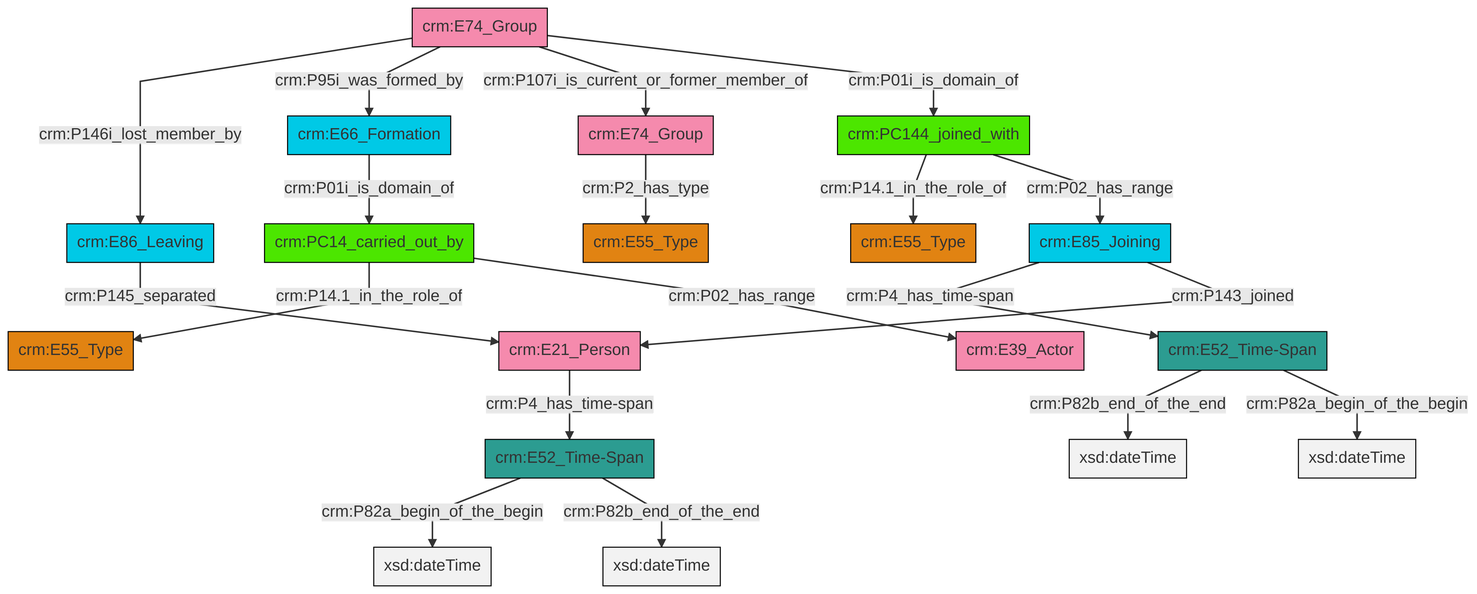
Earlier version of the Mermaid export et/groupCSV/ttl/mmd/png/group_actor_relations.png (swiss-art-research-net/reference-data-models). Its source is kept beside it as et/groupCSV/ttl/mmd/group_actor_relations.ttl.mmd.
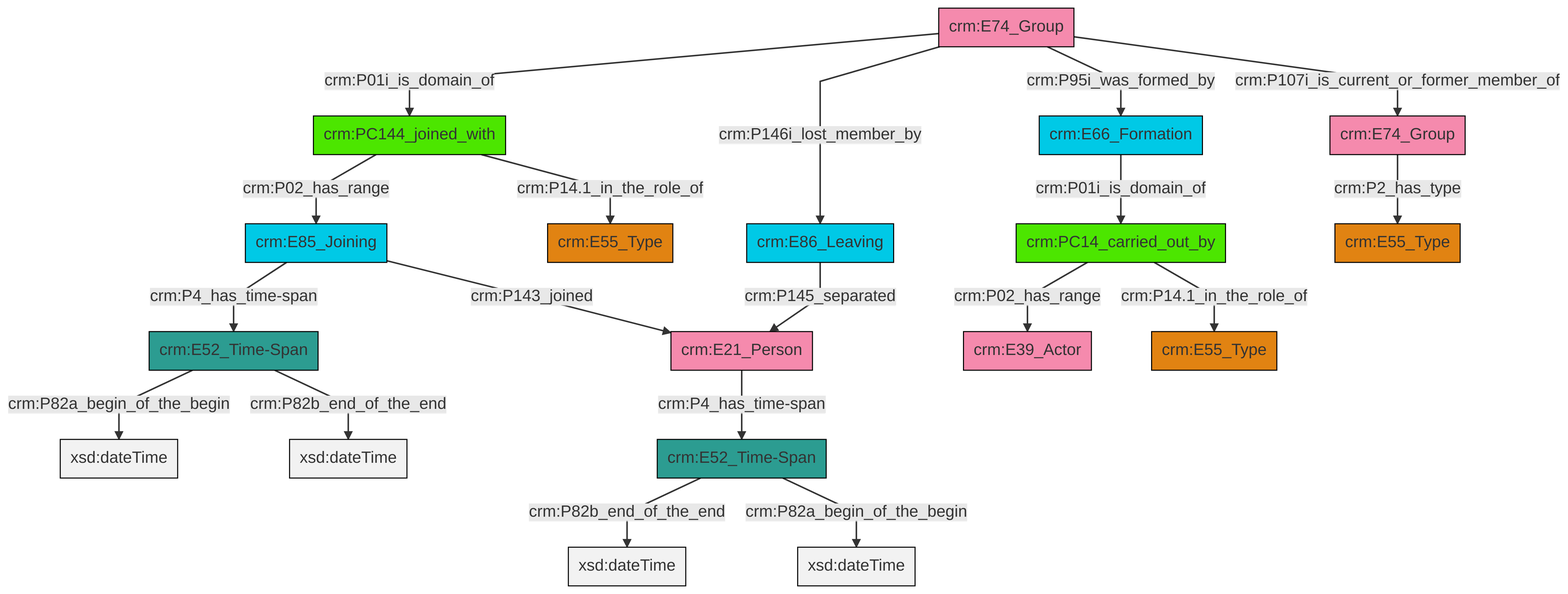
After the change.

Change to the diagram source:
```diff
@@ -13,21 +13,21 @@
 classDef PC_Classes fill:#4ce600, stroke:#000000;
 classDef Multi fill:#cccccc,stroke:#000000;
 
-0["crm:PC144_joined_with"]:::PC_Classes -->|crm:P14.1_in_the_role_of| 1["crm:E55_Type"]:::Type
-2["crm:PC14_carried_out_by"]:::PC_Classes -->|crm:P14.1_in_the_role_of| 3["crm:E55_Type"]:::Type
-4["crm:E86_Leaving"]:::Temporal_Entity -->|crm:P145_separated| 5["crm:E21_Person"]:::Actor
-5["crm:E21_Person"]:::Actor -->|crm:P4_has_time-span| 6["crm:E52_Time-Span"]:::Time-Span
-6["crm:E52_Time-Span"]:::Time-Span -->|crm:P82a_begin_of_the_begin| 7[xsd:dateTime]:::Literal
-13["crm:E85_Joining"]:::Temporal_Entity -->|crm:P4_has_time-span| 14["crm:E52_Time-Span"]:::Time-Span
-13["crm:E85_Joining"]:::Temporal_Entity -->|crm:P143_joined| 5["crm:E21_Person"]:::Actor
-14["crm:E52_Time-Span"]:::Time-Span -->|crm:P82b_end_of_the_end| 17[xsd:dateTime]:::Literal
-14["crm:E52_Time-Span"]:::Time-Span -->|crm:P82a_begin_of_the_begin| 18[xsd:dateTime]:::Literal
-6["crm:E52_Time-Span"]:::Time-Span -->|crm:P82b_end_of_the_end| 21[xsd:dateTime]:::Literal
-9["crm:E74_Group"]:::Actor -->|crm:P146i_lost_member_by| 4["crm:E86_Leaving"]:::Temporal_Entity
-22["crm:E74_Group"]:::Actor -->|crm:P2_has_type| 19["crm:E55_Type"]:::Type
-9["crm:E74_Group"]:::Actor -->|crm:P95i_was_formed_by| 25["crm:E66_Formation"]:::Temporal_Entity
-9["crm:E74_Group"]:::Actor -->|crm:P107i_is_current_or_former_member_of| 22["crm:E74_Group"]:::Actor
-25["crm:E66_Formation"]:::Temporal_Entity -->|crm:P01i_is_domain_of| 2["crm:PC14_carried_out_by"]:::PC_Classes
-2["crm:PC14_carried_out_by"]:::PC_Classes -->|crm:P02_has_range| 29["crm:E39_Actor"]:::Actor
-0["crm:PC144_joined_with"]:::PC_Classes -->|crm:P02_has_range| 13["crm:E85_Joining"]:::Temporal_Entity
-9["crm:E74_Group"]:::Actor -->|crm:P01i_is_domain_of| 0["crm:PC144_joined_with"]:::PC_Classes
+2["crm:E21_Person"]:::Actor -->|crm:P4_has_time-span| 3["crm:E52_Time-Span"]:::Time-Span
+4["crm:E66_Formation"]:::Temporal_Entity -->|crm:P01i_is_domain_of| 0["crm:PC14_carried_out_by"]:::PC_Classes
+5["crm:E85_Joining"]:::Temporal_Entity -->|crm:P4_has_time-span| 6["crm:E52_Time-Span"]:::Time-Span
+5["crm:E85_Joining"]:::Temporal_Entity -->|crm:P143_joined| 2["crm:E21_Person"]:::Actor
+10["crm:E74_Group"]:::Actor -->|crm:P2_has_type| 11["crm:E55_Type"]:::Type
+12["crm:E74_Group"]:::Actor -->|crm:P01i_is_domain_of| 13["crm:PC144_joined_with"]:::PC_Classes
+12["crm:E74_Group"]:::Actor -->|crm:P146i_lost_member_by| 18["crm:E86_Leaving"]:::Temporal_Entity
+12["crm:E74_Group"]:::Actor -->|crm:P95i_was_formed_by| 4["crm:E66_Formation"]:::Temporal_Entity
+6["crm:E52_Time-Span"]:::Time-Span -->|crm:P82a_begin_of_the_begin| 25[xsd:dateTime]:::Literal
+0["crm:PC14_carried_out_by"]:::PC_Classes -->|crm:P02_has_range| 19["crm:E39_Actor"]:::Actor
+18["crm:E86_Leaving"]:::Temporal_Entity -->|crm:P145_separated| 2["crm:E21_Person"]:::Actor
+6["crm:E52_Time-Span"]:::Time-Span -->|crm:P82b_end_of_the_end| 28[xsd:dateTime]:::Literal
+13["crm:PC144_joined_with"]:::PC_Classes -->|crm:P02_has_range| 5["crm:E85_Joining"]:::Temporal_Entity
+12["crm:E74_Group"]:::Actor -->|crm:P107i_is_current_or_former_member_of| 10["crm:E74_Group"]:::Actor
+3["crm:E52_Time-Span"]:::Time-Span -->|crm:P82b_end_of_the_end| 31[xsd:dateTime]:::Literal
+13["crm:PC144_joined_with"]:::PC_Classes -->|crm:P14.1_in_the_role_of| 8["crm:E55_Type"]:::Type
+0["crm:PC14_carried_out_by"]:::PC_Classes -->|crm:P14.1_in_the_role_of| 16["crm:E55_Type"]:::Type
+3["crm:E52_Time-Span"]:::Time-Span -->|crm:P82a_begin_of_the_begin| 32[xsd:dateTime]:::Literal
```
